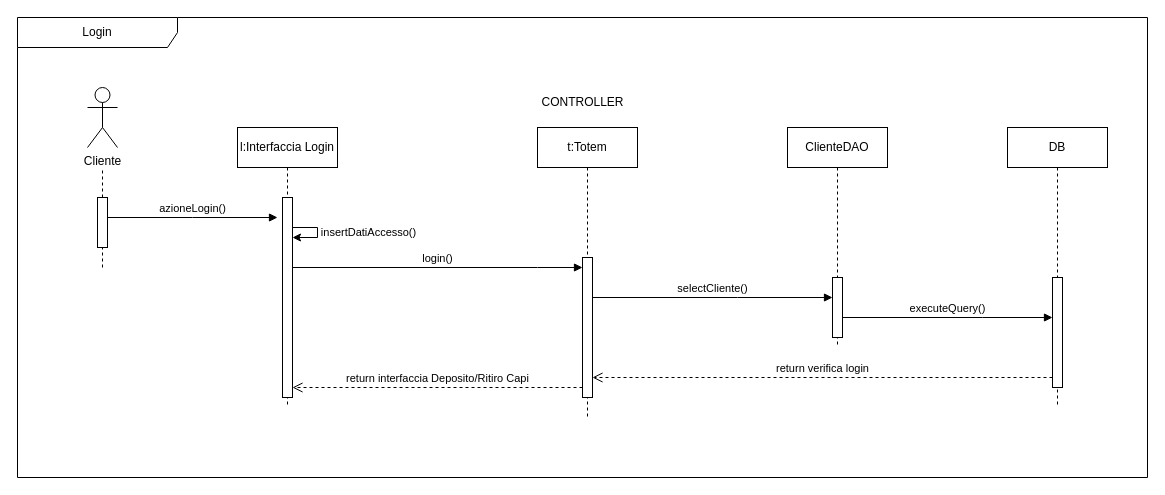
This is Docs/7 - Diagrammi Sequenze/DiagSeqUC1Login.drawio from IngSW-unipv/Progetto-M25, a draw.io file, before an edit. Source tidied: cells renumbered, new cells numbered last; positions are measured from the earlier drawing's top-left corner, leaving out a move shared by most shapes. Both pictures are drawn from the tidied source at 100%, with x=0, y=0 at pixel (17, 17).
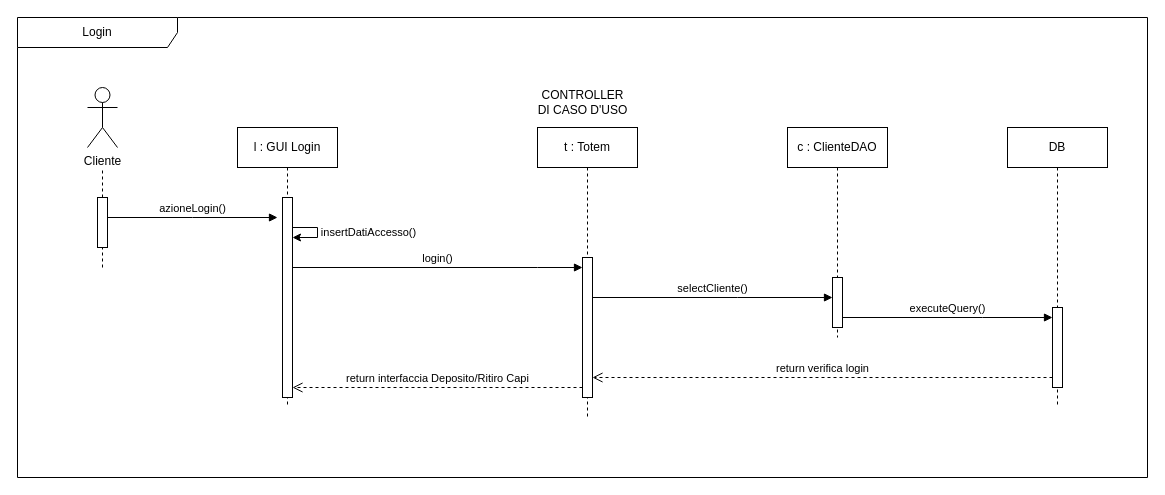
Above is the later version.

Unchanged cells that the change refers to:
```xml
<mxCell id="21" value="DB" style="shape=umlLifeline;perimeter=lifelinePerimeter;whiteSpace=wrap;html=1;newEdgeStyle={&quot;edgeStyle&quot;:&quot;elbowEdgeStyle&quot;,&quot;elbow&quot;:&quot;vertical&quot;,&quot;curved&quot;:0,&quot;rounded&quot;:0};" parent="1" vertex="1">
  <mxGeometry x="990" y="110" width="100" height="280" as="geometry" />
</mxCell>
```

What changed in the source:
```diff
@@
-    <mxCell id="2" value="l:Interfaccia Login" style="shape=umlLifeline;perimeter=lifelinePerimeter;whiteSpace=wrap;html=1;newEdgeStyle={&quot;edgeStyle&quot;:&quot;elbowEdgeStyle&quot;,&quot;elbow&quot;:&quot;vertical&quot;,&quot;curved&quot;:0,&quot;rounded&quot;:0};" parent="1" vertex="1">
+    <mxCell id="2" value="l : GUI Login" style="shape=umlLifeline;perimeter=lifelinePerimeter;whiteSpace=wrap;html=1;newEdgeStyle={&quot;edgeStyle&quot;:&quot;elbowEdgeStyle&quot;,&quot;elbow&quot;:&quot;vertical&quot;,&quot;curved&quot;:0,&quot;rounded&quot;:0};" parent="1" vertex="1">
       <mxGeometry x="220" y="110" width="100" height="280" as="geometry" />
     </mxCell>
@@
-    <mxCell id="6" value="t:Totem" style="shape=umlLifeline;perimeter=lifelinePerimeter;whiteSpace=wrap;html=1;newEdgeStyle={&quot;edgeStyle&quot;:&quot;elbowEdgeStyle&quot;,&quot;elbow&quot;:&quot;vertical&quot;,&quot;curved&quot;:0,&quot;rounded&quot;:0};" parent="1" vertex="1">
+    <mxCell id="6" value="t : Totem" style="shape=umlLifeline;perimeter=lifelinePerimeter;whiteSpace=wrap;html=1;newEdgeStyle={&quot;edgeStyle&quot;:&quot;elbowEdgeStyle&quot;,&quot;elbow&quot;:&quot;vertical&quot;,&quot;curved&quot;:0,&quot;rounded&quot;:0};" parent="1" vertex="1">
       <mxGeometry x="520" y="110" width="100" height="290" as="geometry" />
     </mxCell>
@@
-    <mxCell id="18" value="CONTROLLER" style="text;html=1;align=center;verticalAlign=middle;strokeColor=none;fillColor=none;" parent="1" vertex="1">
-      <mxGeometry x="510" y="70" width="110" height="30" as="geometry" />
+    <mxCell id="18" value="CONTROLLER&lt;br&gt;DI CASO D'USO" style="text;html=1;align=center;verticalAlign=middle;strokeColor=none;fillColor=none;" parent="1" vertex="1">
+      <mxGeometry x="510" y="65" width="110" height="40" as="geometry" />
     </mxCell>
-    <mxCell id="19" value="ClienteDAO" style="shape=umlLifeline;perimeter=lifelinePerimeter;whiteSpace=wrap;html=1;newEdgeStyle={&quot;edgeStyle&quot;:&quot;elbowEdgeStyle&quot;,&quot;elbow&quot;:&quot;vertical&quot;,&quot;curved&quot;:0,&quot;rounded&quot;:0};" parent="1" vertex="1">
-      <mxGeometry x="770" y="110" width="100" height="220" as="geometry" />
+    <mxCell id="19" value="c : ClienteDAO" style="shape=umlLifeline;perimeter=lifelinePerimeter;whiteSpace=wrap;html=1;newEdgeStyle={&quot;edgeStyle&quot;:&quot;elbowEdgeStyle&quot;,&quot;elbow&quot;:&quot;vertical&quot;,&quot;curved&quot;:0,&quot;rounded&quot;:0};" parent="1" vertex="1">
+      <mxGeometry x="770" y="110" width="100" height="210" as="geometry" />
     </mxCell>
     <mxCell id="20" style="html=1;points=[];perimeter=orthogonalPerimeter;outlineConnect=0;targetShapes=umlLifeline;portConstraint=eastwest;newEdgeStyle={&quot;edgeStyle&quot;:&quot;elbowEdgeStyle&quot;,&quot;elbow&quot;:&quot;vertical&quot;,&quot;curved&quot;:0,&quot;rounded&quot;:0};" parent="19" vertex="1">
-      <mxGeometry x="45" y="150" width="10" height="60" as="geometry" />
+      <mxGeometry x="45" y="150" width="10" height="50" as="geometry" />
     </mxCell>
@@
     <mxCell id="22" style="html=1;points=[];perimeter=orthogonalPerimeter;outlineConnect=0;targetShapes=umlLifeline;portConstraint=eastwest;newEdgeStyle={&quot;edgeStyle&quot;:&quot;elbowEdgeStyle&quot;,&quot;elbow&quot;:&quot;vertical&quot;,&quot;curved&quot;:0,&quot;rounded&quot;:0};" parent="21" vertex="1">
-      <mxGeometry x="45" y="150" width="10" height="110" as="geometry" />
+      <mxGeometry x="45" y="180" width="10" height="80" as="geometry" />
     </mxCell>
```
